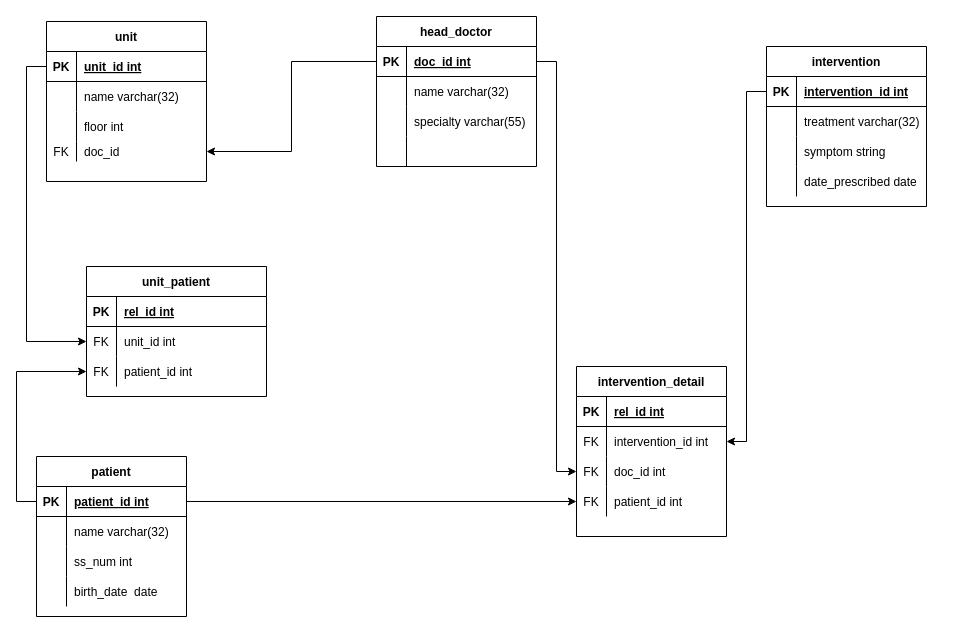
codefactorygit/BE-21-DB-MySQL-Day1-Andrew-Elnaz keeps this draw.io diagram as Andrew/Database_Development/Health_Centre/hc-classN.drawio. Above is the earlier version. Source tidied: cells renumbered, new cells numbered last; positions are measured from the earlier drawing's top-left corner, leaving out a move shared by most shapes. Both pictures are drawn from the tidied source at 100%, with x=0, y=0 at pixel (36, 16).
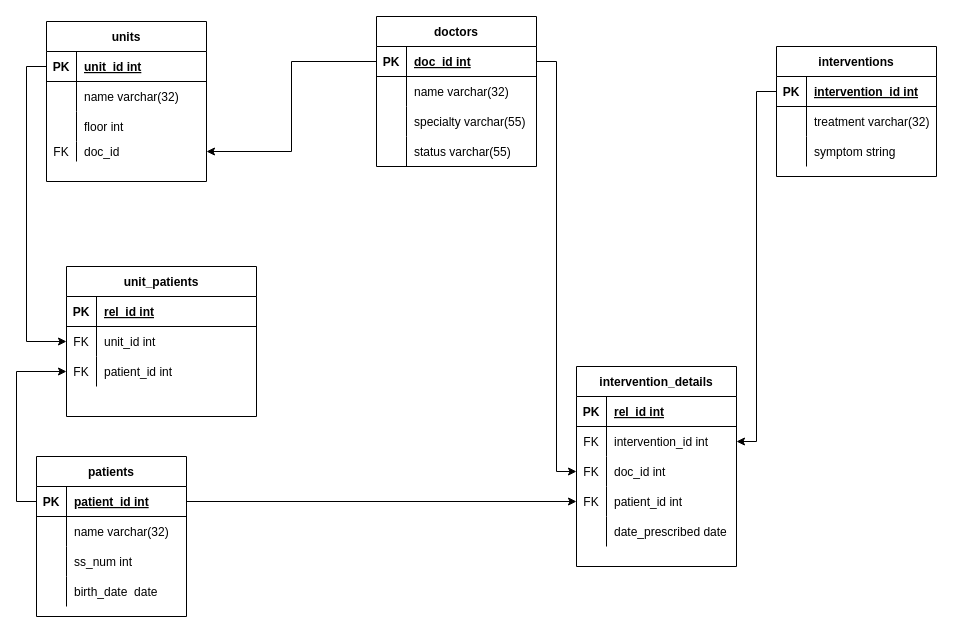
The same diagram, later.

The change refers to these unchanged cells:
```xml
<mxCell id="12" style="shape=partialRectangle;fillColor=none;top=0;left=0;bottom=0;right=0;" parent="2" vertex="1">
  <mxGeometry y="120" width="160" height="30" as="geometry" />
</mxCell>
```

Change to the diagram source:
```diff
@@
-    <mxCell id="2" value="head_doctor" style="shape=table;startSize=30;childLayout=tableLayout;rowLines=0;fontStyle=1;align=center;" parent="1" vertex="1">
+    <mxCell id="2" value="doctors" style="shape=table;startSize=30;childLayout=tableLayout;rowLines=0;fontStyle=1;align=center;" parent="1" vertex="1">
       <mxGeometry x="340" width="160" height="150" as="geometry" />
     </mxCell>
@@
-    <mxCell id="14" style="shape=partialRectangle;fillColor=none;top=0;left=0;bottom=0;right=0;align=left;spacingLeft=6;overflow=hidden;" parent="12" vertex="1">
+    <mxCell id="14" value="status varchar(55)" style="shape=partialRectangle;fillColor=none;top=0;left=0;bottom=0;right=0;align=left;spacingLeft=6;overflow=hidden;" parent="12" vertex="1">
       <mxGeometry x="30" width="130" height="30" as="geometry" />
     </mxCell>
-    <mxCell id="15" value="unit" style="shape=table;startSize=30;childLayout=tableLayout;rowLines=0;fontStyle=1;align=center;" parent="1" vertex="1">
+    <mxCell id="15" value="units" style="shape=table;startSize=30;childLayout=tableLayout;rowLines=0;fontStyle=1;align=center;" parent="1" vertex="1">
       <mxGeometry x="10" y="5" width="160" height="160" as="geometry" />
     </mxCell>
@@
-    <mxCell id="28" value="patient" style="shape=table;startSize=30;childLayout=tableLayout;rowLines=0;fontStyle=1;align=center;" parent="1" vertex="1">
+    <mxCell id="28" value="patients" style="shape=table;startSize=30;childLayout=tableLayout;rowLines=0;fontStyle=1;align=center;" parent="1" vertex="1">
       <mxGeometry y="440" width="150" height="160" as="geometry" />
     </mxCell>
@@
-    <mxCell id="41" value="intervention" style="shape=table;startSize=30;childLayout=tableLayout;rowLines=0;fontStyle=1;align=center;" parent="1" vertex="1">
-      <mxGeometry x="730" y="30" width="160" height="160" as="geometry" />
+    <mxCell id="41" value="interventions" style="shape=table;startSize=30;childLayout=tableLayout;rowLines=0;fontStyle=1;align=center;" parent="1" vertex="1">
+      <mxGeometry x="740" y="30" width="160" height="130" as="geometry" />
     </mxCell>
@@
-    <mxCell id="51" style="shape=partialRectangle;fillColor=none;top=0;left=0;bottom=0;right=0;" parent="41" vertex="1">
-      <mxGeometry y="120" width="160" height="30" as="geometry" />
-    </mxCell>
-    <mxCell id="52" style="shape=partialRectangle;fillColor=none;top=0;left=0;bottom=0;right=0;overflow=hidden;" parent="51" vertex="1">
-      <mxGeometry width="30" height="30" as="geometry" />
-    </mxCell>
-    <mxCell id="53" value="date_prescribed date" style="shape=partialRectangle;fillColor=none;top=0;left=0;bottom=0;right=0;align=left;spacingLeft=6;overflow=hidden;" parent="51" vertex="1">
-      <mxGeometry x="30" width="130" height="30" as="geometry" />
-    </mxCell>
@@
-    <mxCell id="55" value="unit_patient" style="shape=table;startSize=30;childLayout=tableLayout;rowLines=0;fontStyle=1;align=center;" parent="1" vertex="1">
-      <mxGeometry x="50" y="250" width="180" height="130" as="geometry" />
+    <mxCell id="55" value="unit_patients" style="shape=table;startSize=30;childLayout=tableLayout;rowLines=0;fontStyle=1;align=center;" parent="1" vertex="1">
+      <mxGeometry x="30" y="250" width="190" height="150" as="geometry" />
     </mxCell>
     <mxCell id="56" style="shape=partialRectangle;fillColor=none;top=0;left=0;bottom=1;right=0;" parent="55" vertex="1">
-      <mxGeometry y="30" width="180" height="30" as="geometry" />
+      <mxGeometry y="30" width="190" height="30" as="geometry" />
     </mxCell>
@@
     <mxCell id="58" value="rel_id int" style="shape=partialRectangle;fillColor=none;top=0;left=0;bottom=0;right=0;align=left;spacingLeft=6;fontStyle=5;overflow=hidden;" parent="56" vertex="1">
-      <mxGeometry x="30" width="150" height="30" as="geometry" />
+      <mxGeometry x="30" width="160" height="30" as="geometry" />
     </mxCell>
     <mxCell id="59" style="shape=partialRectangle;fillColor=none;top=0;left=0;bottom=0;right=0;points=[[0,0.5],[1,0.5]];portConstraint=eastwest;" parent="55" vertex="1">
-      <mxGeometry y="60" width="180" height="30" as="geometry" />
+      <mxGeometry y="60" width="190" height="30" as="geometry" />
     </mxCell>
@@
     <mxCell id="61" value="unit_id int" style="shape=partialRectangle;fillColor=none;top=0;left=0;bottom=0;right=0;align=left;spacingLeft=6;overflow=hidden;" parent="59" vertex="1">
-      <mxGeometry x="30" width="150" height="30" as="geometry" />
+      <mxGeometry x="30" width="160" height="30" as="geometry" />
     </mxCell>
     <mxCell id="62" style="shape=partialRectangle;fillColor=none;top=0;left=0;bottom=0;right=0;points=[[0,0.5],[1,0.5]];portConstraint=eastwest;" parent="55" vertex="1">
-      <mxGeometry y="90" width="180" height="30" as="geometry" />
+      <mxGeometry y="90" width="190" height="30" as="geometry" />
     </mxCell>
@@
     <mxCell id="64" value="patient_id int" style="shape=partialRectangle;fillColor=none;top=0;left=0;bottom=0;right=0;align=left;spacingLeft=6;overflow=hidden;" parent="62" vertex="1">
-      <mxGeometry x="30" width="150" height="30" as="geometry" />
+      <mxGeometry x="30" width="160" height="30" as="geometry" />
     </mxCell>
@@
-    <mxCell id="67" value="intervention_detail" style="shape=table;startSize=30;childLayout=tableLayout;rowLines=0;fontStyle=1;align=center;" parent="1" vertex="1">
-      <mxGeometry x="540" y="350" width="150" height="170" as="geometry" />
+    <mxCell id="67" value="intervention_details" style="shape=table;startSize=30;childLayout=tableLayout;rowLines=0;fontStyle=1;align=center;" parent="1" vertex="1">
+      <mxGeometry x="540" y="350" width="160" height="200" as="geometry" />
     </mxCell>
     <mxCell id="68" style="shape=partialRectangle;fillColor=none;top=0;left=0;bottom=1;right=0;" parent="67" vertex="1">
-      <mxGeometry y="30" width="150" height="30" as="geometry" />
+      <mxGeometry y="30" width="160" height="30" as="geometry" />
     </mxCell>
@@
     <mxCell id="70" value="rel_id int" style="shape=partialRectangle;fillColor=none;top=0;left=0;bottom=0;right=0;align=left;spacingLeft=6;fontStyle=5;overflow=hidden;" parent="68" vertex="1">
-      <mxGeometry x="30" width="120" height="30" as="geometry" />
+      <mxGeometry x="30" width="130" height="30" as="geometry" />
     </mxCell>
     <mxCell id="71" style="shape=partialRectangle;fillColor=none;top=0;left=0;bottom=0;right=0;points=[[0,0.5],[1,0.5]];portConstraint=eastwest;" parent="67" vertex="1">
-      <mxGeometry y="60" width="150" height="30" as="geometry" />
+      <mxGeometry y="60" width="160" height="30" as="geometry" />
     </mxCell>
@@
     <mxCell id="73" value="intervention_id int" style="shape=partialRectangle;fillColor=none;top=0;left=0;bottom=0;right=0;align=left;spacingLeft=6;overflow=hidden;" parent="71" vertex="1">
-      <mxGeometry x="30" width="120" height="30" as="geometry" />
+      <mxGeometry x="30" width="130" height="30" as="geometry" />
     </mxCell>
     <mxCell id="74" style="shape=partialRectangle;fillColor=none;top=0;left=0;bottom=0;right=0;points=[[0,0.5],[1,0.5]];portConstraint=eastwest;" parent="67" vertex="1">
-      <mxGeometry y="90" width="150" height="30" as="geometry" />
+      <mxGeometry y="90" width="160" height="30" as="geometry" />
     </mxCell>
@@
     <mxCell id="76" value="doc_id int" style="shape=partialRectangle;fillColor=none;top=0;left=0;bottom=0;right=0;align=left;spacingLeft=6;fontStyle=0;overflow=hidden;" parent="74" vertex="1">
-      <mxGeometry x="30" width="120" height="30" as="geometry" />
+      <mxGeometry x="30" width="130" height="30" as="geometry" />
     </mxCell>
     <mxCell id="77" style="shape=partialRectangle;fillColor=none;top=0;left=0;bottom=0;right=0;points=[[0,0.5],[1,0.5]];portConstraint=eastwest;" parent="67" vertex="1">
-      <mxGeometry y="120" width="150" height="30" as="geometry" />
+      <mxGeometry y="120" width="160" height="30" as="geometry" />
     </mxCell>
@@
     <mxCell id="79" value="patient_id int" style="shape=partialRectangle;fillColor=none;top=0;left=0;bottom=0;right=0;align=left;spacingLeft=6;overflow=hidden;" parent="77" vertex="1">
-      <mxGeometry x="30" width="120" height="30" as="geometry" />
+      <mxGeometry x="30" width="130" height="30" as="geometry" />
     </mxCell>
+    <mxCell id="51" style="shape=partialRectangle;fillColor=none;top=0;left=0;bottom=0;right=0;" parent="67" vertex="1">
+      <mxGeometry y="150" width="160" height="30" as="geometry" />
+    </mxCell>
+    <mxCell id="52" style="shape=partialRectangle;fillColor=none;top=0;left=0;bottom=0;right=0;overflow=hidden;" parent="51" vertex="1">
+      <mxGeometry width="30" height="30" as="geometry" />
+    </mxCell>
+    <mxCell id="53" value="date_prescribed date" style="shape=partialRectangle;fillColor=none;top=0;left=0;bottom=0;right=0;align=left;spacingLeft=6;overflow=hidden;" parent="51" vertex="1">
+      <mxGeometry x="30" width="130" height="30" as="geometry" />
+    </mxCell>
```
